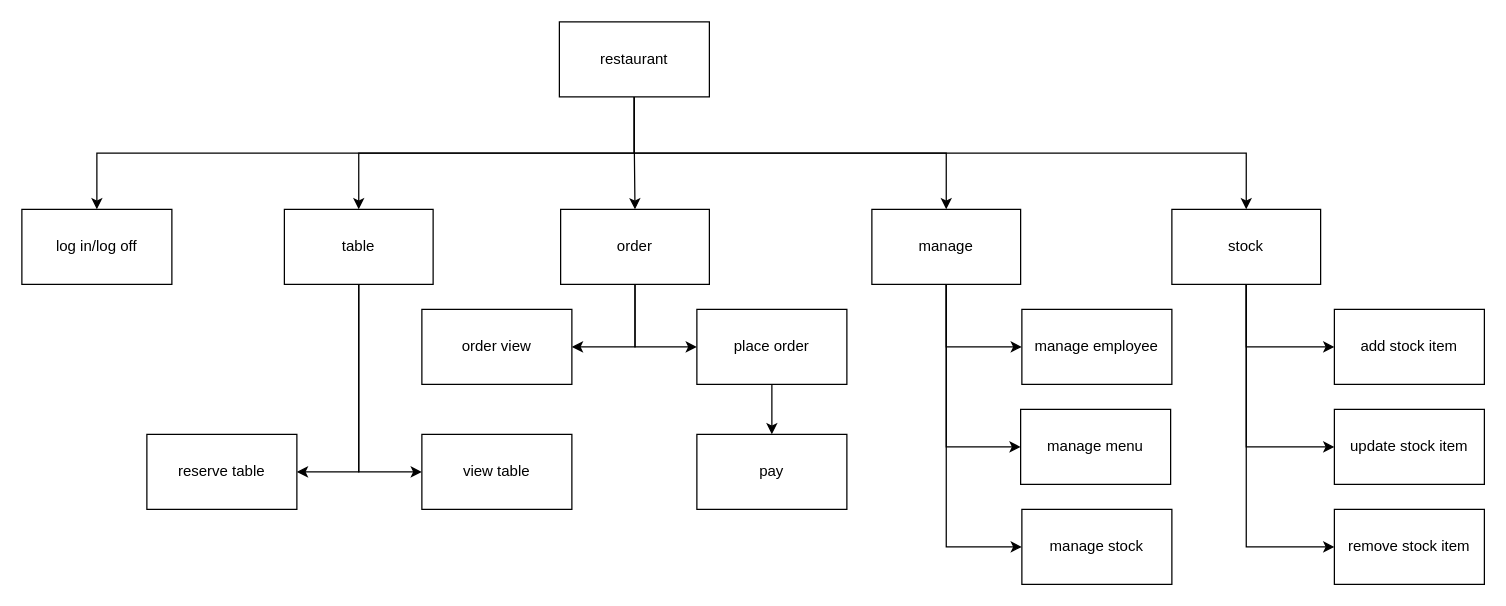
Earlier version of the draw.io diagram Process Diagram.drawio (WKolasaa/1.4ChapeauV1.0). Source tidied: cells renumbered, new cells numbered last; positions are measured from the earlier drawing's top-left corner, leaving out a move shared by most shapes. Both pictures are drawn from the tidied source at 125%, with x=0, y=0 at pixel (21, 21).
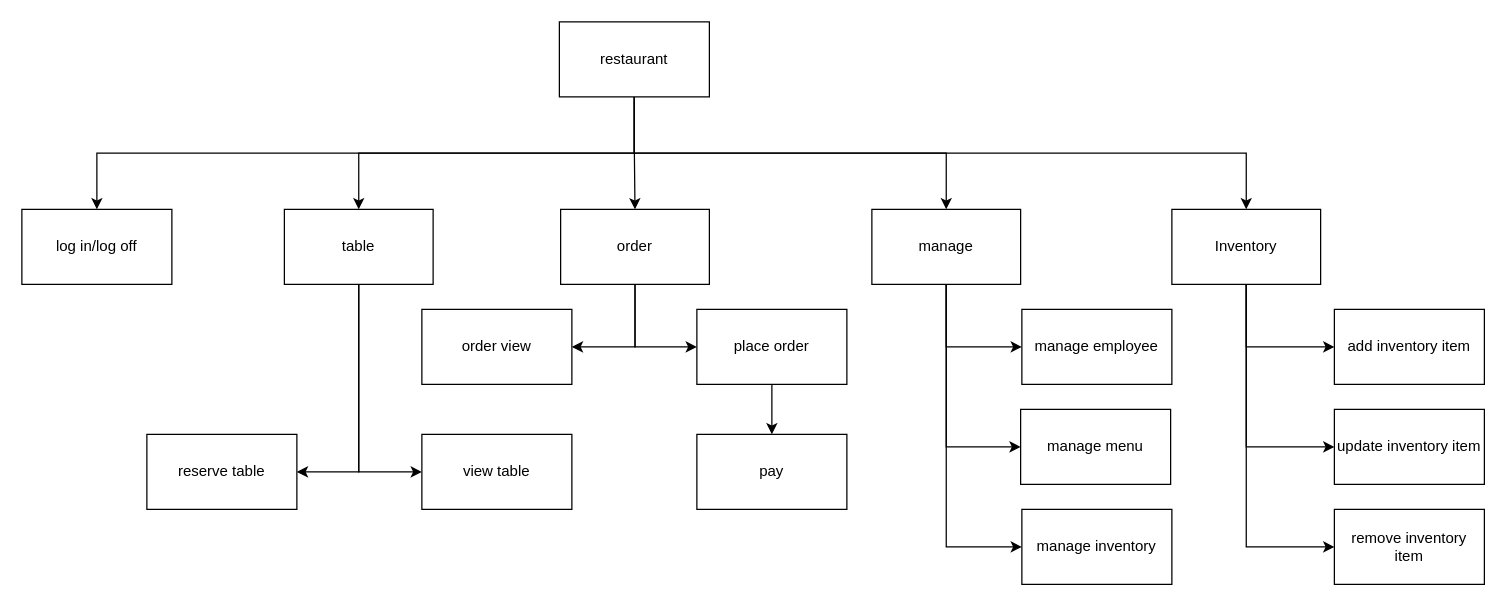
Above is the later version.

Change to the diagram source:
```diff
@@
-    <mxCell id="23" value="stock" style="rounded=0;whiteSpace=wrap;html=1;" parent="1" vertex="1">
+    <mxCell id="23" value="Inventory" style="rounded=0;whiteSpace=wrap;html=1;" parent="1" vertex="1">
       <mxGeometry x="920" y="150" width="119" height="60" as="geometry" />
     </mxCell>
@@
-    <mxCell id="29" value="manage stock" style="rounded=0;whiteSpace=wrap;html=1;" parent="1" vertex="1">
+    <mxCell id="29" value="manage inventory" style="rounded=0;whiteSpace=wrap;html=1;" parent="1" vertex="1">
       <mxGeometry x="800" y="390" width="120" height="60" as="geometry" />
     </mxCell>
@@
-    <mxCell id="31" value="add stock item" style="rounded=0;whiteSpace=wrap;html=1;" parent="1" vertex="1">
+    <mxCell id="31" value="add inventory item" style="rounded=0;whiteSpace=wrap;html=1;" parent="1" vertex="1">
       <mxGeometry x="1050" y="230" width="120" height="60" as="geometry" />
     </mxCell>
-    <mxCell id="32" value="remove stock item" style="rounded=0;whiteSpace=wrap;html=1;" parent="1" vertex="1">
+    <mxCell id="32" value="remove inventory item" style="rounded=0;whiteSpace=wrap;html=1;" parent="1" vertex="1">
       <mxGeometry x="1050" y="390" width="120" height="60" as="geometry" />
     </mxCell>
-    <mxCell id="33" value="update stock item" style="rounded=0;whiteSpace=wrap;html=1;" parent="1" vertex="1">
+    <mxCell id="33" value="update inventory item" style="rounded=0;whiteSpace=wrap;html=1;" parent="1" vertex="1">
       <mxGeometry x="1050" y="310" width="120" height="60" as="geometry" />
     </mxCell>
```
